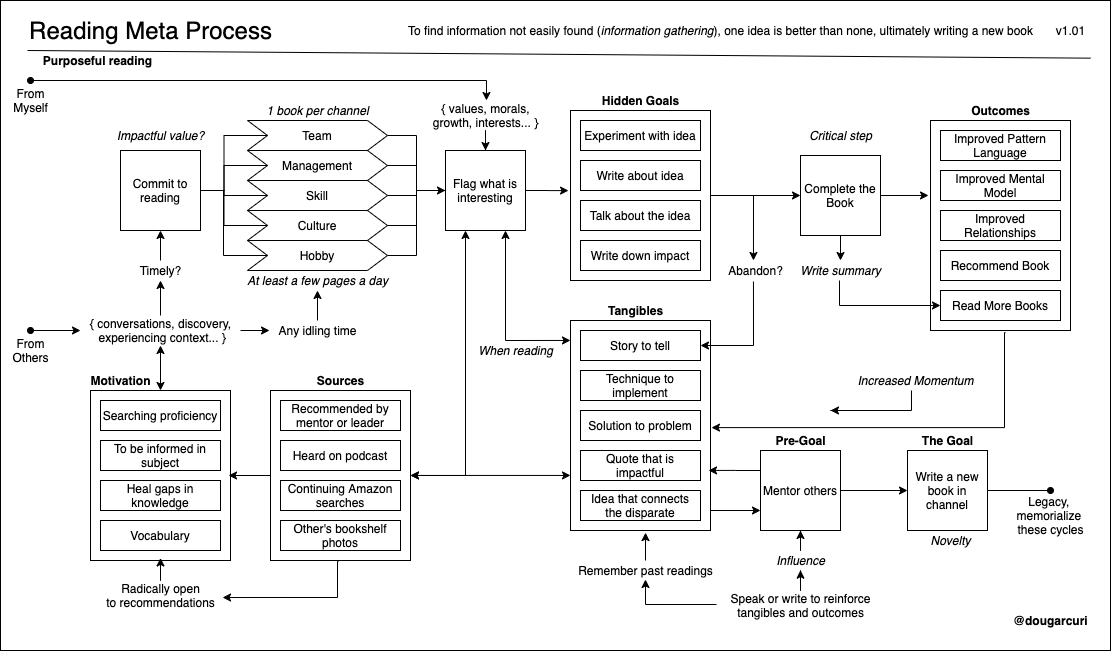
The draw.io diagram books/diagrams/reading-process.png in solidi/learning-notes, before a commit. Source tidied: cells renumbered, new cells last; positions are measured from the earlier drawing's top-left corner, leaving out a move shared by most shapes.
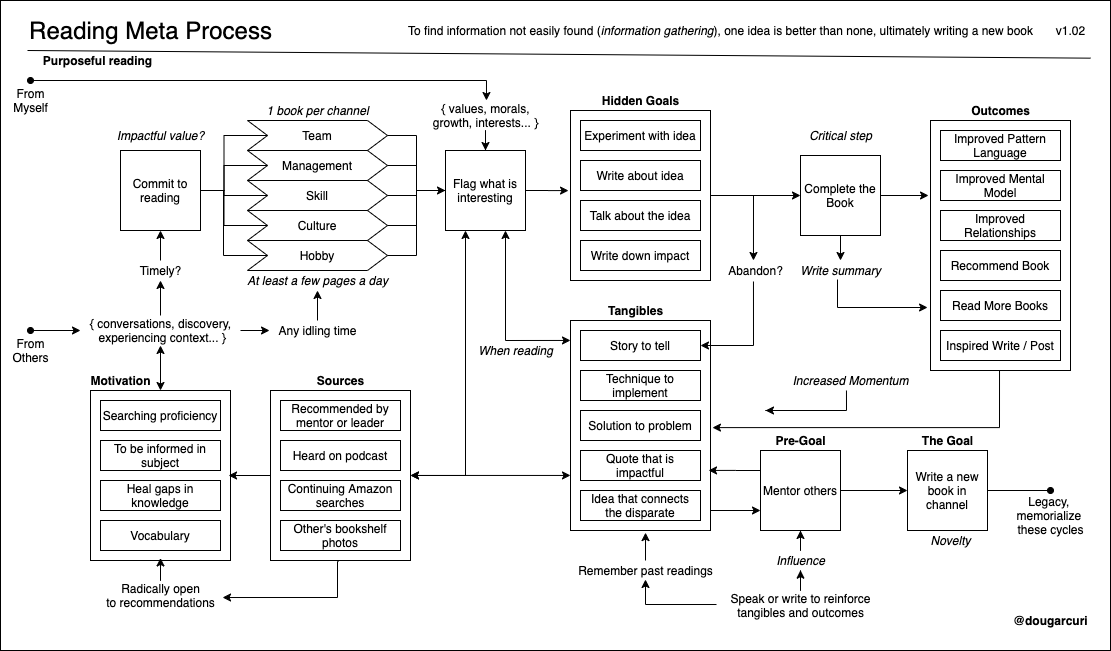
The same file after the commit.

Commit message:
Add Inspired write / post in reading diagram

Change to the diagram source:
```diff
@@ -14,16 +14,11 @@
     <mxCell id="5" style="verticalLabelPosition=bottom;verticalAlign=top;html=1;shape=mxgraph.basic.rect;fillColor2=none;strokeWidth=1;size=20;indent=5;fillColor=none;" parent="1" vertex="1">
       <mxGeometry x="90" y="390" width="140" height="170" as="geometry" />
     </mxCell>
-    <mxCell id="6" style="edgeStyle=orthogonalEdgeStyle;rounded=0;jettySize=auto;html=1;entryX=1.007;entryY=0.51;entryDx=0;entryDy=0;entryPerimeter=0;startArrow=none;startFill=0;endArrow=classic;endFill=1;exitX=0.536;exitY=1.01;exitDx=0;exitDy=0;exitPerimeter=0;" parent="1" edge="1" source="7" target="9">
-      <mxGeometry relative="1" as="geometry">
-        <Array as="points">
-          <mxPoint x="1004" y="332" />
-          <mxPoint x="1004" y="427" />
-        </Array>
-      </mxGeometry>
+    <mxCell id="6" style="edgeStyle=orthogonalEdgeStyle;rounded=0;jettySize=auto;html=1;entryX=1.014;entryY=0.51;entryDx=0;entryDy=0;entryPerimeter=0;startArrow=none;startFill=0;endArrow=classic;endFill=1;exitX=0.493;exitY=1;exitDx=0;exitDy=0;exitPerimeter=0;" parent="1" edge="1" source="7" target="9">
+      <mxGeometry relative="1" as="geometry" />
     </mxCell>
     <mxCell id="7" style="verticalLabelPosition=bottom;verticalAlign=top;html=1;shape=mxgraph.basic.rect;fillColor2=none;strokeWidth=1;size=20;indent=5;fillColor=none;" parent="1" vertex="1">
-      <mxGeometry x="930" y="120" width="140" height="210" as="geometry" />
+      <mxGeometry x="930" y="120" width="140" height="250" as="geometry" />
     </mxCell>
     <mxCell id="8" style="edgeStyle=orthogonalEdgeStyle;rounded=0;jettySize=auto;html=1;entryX=0;entryY=0.75;entryDx=0;entryDy=0;startArrow=none;startFill=0;endArrow=classic;endFill=1;" parent="1" edge="1" source="9" target="62">
       <mxGeometry relative="1" as="geometry">
@@ -87,7 +82,7 @@
     <mxCell id="24" value="Write about idea" style="rounded=0;whiteSpace=wrap;html=1;" parent="1" vertex="1">
       <mxGeometry x="580" y="160" width="120" height="30" as="geometry" />
     </mxCell>
-    <mxCell id="25" value="v1.01" style="text;html=1;align=center;verticalAlign=middle;" parent="1" vertex="1">
+    <mxCell id="25" value="v1.02" style="text;html=1;align=center;verticalAlign=middle;" parent="1" vertex="1">
       <mxGeometry x="1050" y="20" width="40" height="20" as="geometry" />
     </mxCell>
     <mxCell id="26" value="&lt;b&gt;@dougarcuri&lt;/b&gt;" style="text;html=1;align=center;verticalAlign=middle;" parent="1" vertex="1">
@@ -135,7 +130,7 @@
     <mxCell id="39" style="edgeStyle=orthogonalEdgeStyle;rounded=0;jettySize=auto;html=1;entryX=0.5;entryY=0;entryDx=0;entryDy=0;entryPerimeter=0;startArrow=none;startFill=0;endArrow=classic;endFill=1;" parent="1" edge="1" source="41" target="99">
       <mxGeometry relative="1" as="geometry" />
     </mxCell>
-    <mxCell id="40" style="edgeStyle=orthogonalEdgeStyle;rounded=0;jettySize=auto;html=1;exitX=1;exitY=0.5;exitDx=0;exitDy=0;entryX=-0.014;entryY=0.357;entryDx=0;entryDy=0;entryPerimeter=0;startArrow=none;startFill=0;endArrow=classic;endFill=1;" parent="1" edge="1" source="41" target="7">
+    <mxCell id="40" style="edgeStyle=orthogonalEdgeStyle;rounded=0;jettySize=auto;html=1;exitX=1;exitY=0.5;exitDx=0;exitDy=0;entryX=-0.014;entryY=0.3;entryDx=0;entryDy=0;entryPerimeter=0;startArrow=none;startFill=0;endArrow=classic;endFill=1;" parent="1" edge="1" source="41" target="7">
       <mxGeometry relative="1" as="geometry" />
     </mxCell>
     <mxCell id="41" value="Complete the Book" style="whiteSpace=wrap;html=1;" parent="1" vertex="1">
@@ -296,11 +291,11 @@
     </mxCell>
     <mxCell id="88" style="edgeStyle=orthogonalEdgeStyle;rounded=0;jettySize=auto;html=1;startArrow=none;startFill=0;endArrow=classic;endFill=1;exitX=0.469;exitY=1;exitDx=0;exitDy=0;exitPerimeter=0;" parent="1" edge="1" source="89">
       <mxGeometry relative="1" as="geometry">
-        <mxPoint x="830" y="410" as="targetPoint" />
+        <mxPoint x="765" y="410" as="targetPoint" />
       </mxGeometry>
     </mxCell>
     <mxCell id="89" value="&lt;i&gt;Increased Momentum&lt;/i&gt;" style="text;html=1;align=center;verticalAlign=middle;points=[];" parent="1" vertex="1">
-      <mxGeometry x="850" y="370" width="130" height="20" as="geometry" />
+      <mxGeometry x="785" y="370" width="130" height="20" as="geometry" />
     </mxCell>
     <mxCell id="90" value="&lt;b&gt;Pre-Goal&lt;/b&gt;" style="text;html=1;align=center;verticalAlign=middle;" parent="1" vertex="1">
       <mxGeometry x="765" y="430" width="70" height="20" as="geometry" />
@@ -326,9 +321,13 @@
     <mxCell id="97" style="edgeStyle=orthogonalEdgeStyle;rounded=0;jettySize=auto;html=1;entryX=0.5;entryY=1;entryDx=0;entryDy=0;startArrow=none;startFill=0;endArrow=classic;endFill=1;" parent="1" edge="1" source="75" target="96">
       <mxGeometry relative="1" as="geometry" />
     </mxCell>
-    <mxCell id="98" style="edgeStyle=orthogonalEdgeStyle;rounded=0;jettySize=auto;html=1;entryX=0;entryY=0.5;entryDx=0;entryDy=0;startArrow=none;startFill=0;endArrow=classic;endFill=1;exitX=0.49;exitY=1;exitDx=0;exitDy=0;exitPerimeter=0;" parent="1" edge="1" source="99" target="38">
-      <mxGeometry relative="1" as="geometry" />
-    </mxCell>
+    <mxCell id="114" style="edgeStyle=orthogonalEdgeStyle;rounded=0;jettySize=auto;html=1;entryX=-0.021;entryY=0.748;entryDx=0;entryDy=0;entryPerimeter=0;startArrow=none;startFill=0;endArrow=classic;endFill=1;exitX=0.47;exitY=0.95;exitDx=0;exitDy=0;exitPerimeter=0;" parent="1" edge="1" source="99" target="7">
+      <mxGeometry relative="1" as="geometry">
+        <Array as="points">
+          <mxPoint x="837" y="307" />
+        </Array>
+      </mxGeometry>
+    </mxCell>
     <mxCell id="99" value="&lt;i&gt;Write summary&lt;/i&gt;" style="text;html=1;align=center;verticalAlign=middle;points=[];" parent="1" vertex="1">
       <mxGeometry x="790" y="260" width="100" height="20" as="geometry" />
     </mxCell>
@@ -381,5 +380,8 @@
     <mxCell id="113" style="edgeStyle=orthogonalEdgeStyle;rounded=0;jettySize=auto;html=1;entryX=0;entryY=0.5;entryDx=0;entryDy=0;startArrow=none;startFill=0;endArrow=classic;endFill=1;" parent="1" edge="1" source="4" target="41">
       <mxGeometry relative="1" as="geometry" />
     </mxCell>
+    <mxCell id="115" value="Inspired Write / Post" style="rounded=0;whiteSpace=wrap;html=1;" parent="1" vertex="1">
+      <mxGeometry x="940" y="330" width="120" height="30" as="geometry" />
+    </mxCell>
   </root>
 </mxGraphModel>
```
